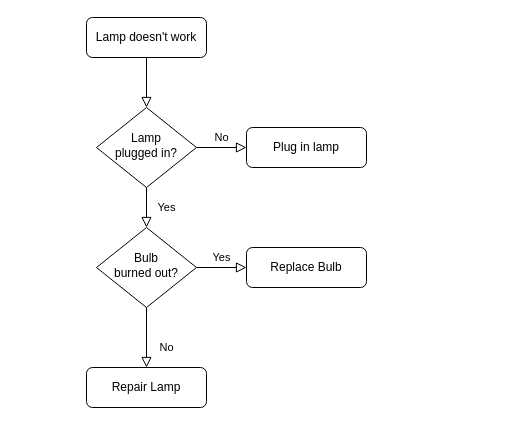
Before: 系统管理员角色管理流程图.drawio in Merlin218/draw-file, a draw.io diagram. Source tidied: cells renumbered, new cells numbered last; positions are measured from the earlier drawing's top-left corner, leaving out a move shared by most shapes. Both pictures are drawn from the tidied source at 100%, with x=0, y=0 at pixel (86, 17).
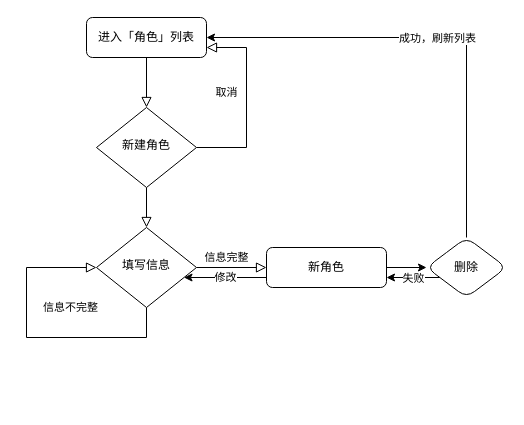
After the change.

Commit message:
更新系统管理员角色管理流程图.drawio

What changed in the source:
```diff
@@
-    <mxCell id="3" value="Lamp doesn't work" style="rounded=1;whiteSpace=wrap;html=1;fontSize=12;glass=0;strokeWidth=1;shadow=0;" parent="1" vertex="1">
+    <mxCell id="3" value="进入「角色」列表" style="rounded=1;whiteSpace=wrap;html=1;fontSize=12;glass=0;strokeWidth=1;shadow=0;" parent="1" vertex="1">
       <mxGeometry width="120" height="40" as="geometry" />
     </mxCell>
-    <mxCell id="4" value="Yes" style="rounded=0;html=1;jettySize=auto;fontSize=11;endArrow=block;endFill=0;endSize=8;strokeWidth=1;shadow=0;labelBackgroundColor=none;edgeStyle=orthogonalEdgeStyle;" parent="1" edge="1" source="6" target="10">
+    <mxCell id="4" style="rounded=0;html=1;jettySize=auto;fontSize=11;endArrow=block;endFill=0;endSize=8;strokeWidth=1;shadow=0;labelBackgroundColor=none;edgeStyle=orthogonalEdgeStyle;" parent="1" edge="1" source="6" target="10">
       <mxGeometry y="20" relative="1" as="geometry" />
     </mxCell>
-    <mxCell id="5" value="No" style="edgeStyle=orthogonalEdgeStyle;rounded=0;html=1;jettySize=auto;fontSize=11;endArrow=block;endFill=0;endSize=8;strokeWidth=1;shadow=0;labelBackgroundColor=none;" parent="1" edge="1" source="6" target="7">
-      <mxGeometry y="10" relative="1" as="geometry" />
+    <mxCell id="5" value="取消" style="edgeStyle=orthogonalEdgeStyle;rounded=0;html=1;jettySize=auto;fontSize=11;endArrow=block;endFill=0;endSize=8;strokeWidth=1;shadow=0;labelBackgroundColor=none;" parent="1" edge="1" source="6">
+      <mxGeometry x="0.1" y="20" relative="1" as="geometry">
+        <mxPoint x="120" y="30" as="targetPoint" />
+        <Array as="points">
+          <mxPoint x="160" y="130" />
+          <mxPoint x="160" y="30" />
+          <mxPoint x="120" y="30" />
+        </Array>
+      </mxGeometry>
     </mxCell>
-    <mxCell id="6" value="Lamp&lt;br&gt;plugged in?" style="rhombus;whiteSpace=wrap;html=1;shadow=0;fontFamily=Helvetica;fontSize=12;align=center;strokeWidth=1;spacing=6;spacingTop=-4;" parent="1" vertex="1">
+    <mxCell id="6" value="新建角色" style="rhombus;whiteSpace=wrap;html=1;shadow=0;fontFamily=Helvetica;fontSize=12;align=center;strokeWidth=1;spacing=6;spacingTop=-4;" parent="1" vertex="1">
       <mxGeometry x="10" y="90" width="100" height="80" as="geometry" />
     </mxCell>
-    <mxCell id="7" value="Plug in lamp" style="rounded=1;whiteSpace=wrap;html=1;fontSize=12;glass=0;strokeWidth=1;shadow=0;" parent="1" vertex="1">
-      <mxGeometry x="160" y="110" width="120" height="40" as="geometry" />
-    </mxCell>
-    <mxCell id="8" value="No" style="rounded=0;html=1;jettySize=auto;fontSize=11;endArrow=block;endFill=0;endSize=8;strokeWidth=1;shadow=0;labelBackgroundColor=none;edgeStyle=orthogonalEdgeStyle;" parent="1" edge="1" source="10" target="11">
-      <mxGeometry x="0.33" y="20" relative="1" as="geometry" />
+    <mxCell id="8" value="信息不完整" style="rounded=0;html=1;jettySize=auto;orthogonalLoop=1;fontSize=11;endArrow=block;endFill=0;endSize=8;strokeWidth=1;shadow=0;labelBackgroundColor=none;edgeStyle=orthogonalEdgeStyle;entryX=0;entryY=0.5;entryDx=0;entryDy=0;exitX=0.5;exitY=1;exitDx=0;exitDy=0;" parent="1" edge="1" source="10" target="10">
+      <mxGeometry x="0.82" y="-40" relative="1" as="geometry">
+        <Array as="points">
+          <mxPoint x="60" y="320" />
+          <mxPoint x="-60" y="320" />
+          <mxPoint x="-60" y="250" />
+        </Array>
+      </mxGeometry>
     </mxCell>
-    <mxCell id="9" value="Yes" style="edgeStyle=orthogonalEdgeStyle;rounded=0;html=1;jettySize=auto;fontSize=11;endArrow=block;endFill=0;endSize=8;strokeWidth=1;shadow=0;labelBackgroundColor=none;" parent="1" edge="1" source="10" target="12">
-      <mxGeometry y="10" relative="1" as="geometry" />
+    <mxCell id="9" value="信息完整" style="edgeStyle=orthogonalEdgeStyle;rounded=0;html=1;jettySize=auto;fontSize=11;endArrow=block;endFill=0;endSize=8;strokeWidth=1;shadow=0;labelBackgroundColor=none;" parent="1" edge="1" source="10" target="12">
+      <mxGeometry x="-0.14" y="10" relative="1" as="geometry" />
     </mxCell>
-    <mxCell id="10" value="Bulb&lt;br&gt;burned out?" style="rhombus;whiteSpace=wrap;html=1;shadow=0;fontFamily=Helvetica;fontSize=12;align=center;strokeWidth=1;spacing=6;spacingTop=-4;" parent="1" vertex="1">
+    <mxCell id="10" value="填写信息" style="rhombus;whiteSpace=wrap;html=1;shadow=0;fontFamily=Helvetica;fontSize=12;align=center;strokeWidth=1;spacing=6;spacingTop=-4;" parent="1" vertex="1">
       <mxGeometry x="10" y="210" width="100" height="80" as="geometry" />
     </mxCell>
-    <mxCell id="11" value="Repair Lamp" style="rounded=1;whiteSpace=wrap;html=1;fontSize=12;glass=0;strokeWidth=1;shadow=0;" parent="1" vertex="1">
-      <mxGeometry y="350" width="120" height="40" as="geometry" />
-    </mxCell>
+    <mxCell id="13" value="修改" style="edgeStyle=orthogonalEdgeStyle;rounded=0;jettySize=auto;html=1;" parent="1" edge="1" source="12" target="10">
+      <mxGeometry relative="1" as="geometry">
+        <Array as="points">
+          <mxPoint x="150" y="260" />
+          <mxPoint x="150" y="260" />
+        </Array>
+      </mxGeometry>
+    </mxCell>
+    <mxCell id="14" style="edgeStyle=orthogonalEdgeStyle;rounded=0;jettySize=auto;html=1;" parent="1" edge="1" source="12" target="19">
+      <mxGeometry relative="1" as="geometry" />
+    </mxCell>
-    <mxCell id="12" value="Replace Bulb" style="rounded=1;whiteSpace=wrap;html=1;fontSize=12;glass=0;strokeWidth=1;shadow=0;" parent="1" vertex="1">
-      <mxGeometry x="160" y="230" width="120" height="40" as="geometry" />
+    <mxCell id="12" value="新角色" style="rounded=1;whiteSpace=wrap;html=1;fontSize=12;glass=0;strokeWidth=1;shadow=0;" parent="1" vertex="1">
+      <mxGeometry x="180" y="230" width="120" height="40" as="geometry" />
     </mxCell>
+    <mxCell id="15" style="edgeStyle=orthogonalEdgeStyle;rounded=0;jettySize=auto;html=1;entryX=1;entryY=0.5;entryDx=0;entryDy=0;" parent="1" edge="1" source="19" target="3">
+      <mxGeometry relative="1" as="geometry">
+        <Array as="points">
+          <mxPoint x="380" y="20" />
+        </Array>
+      </mxGeometry>
+    </mxCell>
+    <mxCell id="16" value="成功，刷新列表" style="edgeLabel;html=1;align=center;verticalAlign=middle;" parent="15" vertex="1">
+      <mxGeometry relative="1" as="geometry" />
+    </mxCell>
+    <mxCell id="17" style="edgeStyle=orthogonalEdgeStyle;rounded=0;jettySize=auto;html=1;" parent="1" edge="1" source="19">
+      <mxGeometry relative="1" as="geometry">
+        <mxPoint x="300" y="260" as="targetPoint" />
+        <Array as="points">
+          <mxPoint x="300" y="260" />
+        </Array>
+      </mxGeometry>
+    </mxCell>
+    <mxCell id="18" value="失败" style="edgeLabel;html=1;align=center;verticalAlign=middle;" parent="17" vertex="1">
+      <mxGeometry relative="1" as="geometry" />
+    </mxCell>
+    <mxCell id="19" value="删除" style="rhombus;whiteSpace=wrap;html=1;rounded=1;glass=0;strokeWidth=1;shadow=0;" parent="1" vertex="1">
+      <mxGeometry x="340" y="220" width="80" height="60" as="geometry" />
+    </mxCell>
```
